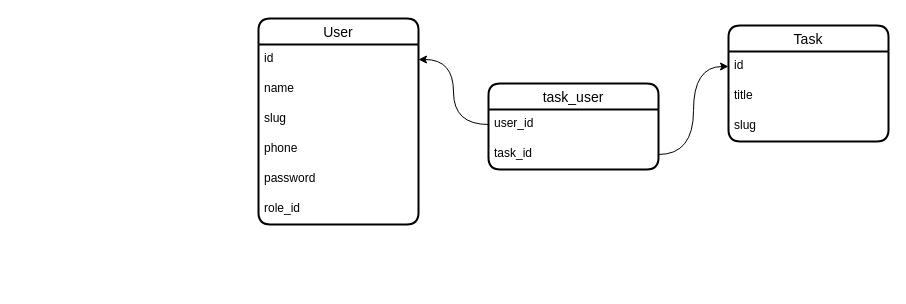
This is karsoft-worker.drawio from iztileuoff/databases, a draw.io file, before an edit. Source tidied: cells renumbered, new cells numbered last; positions are measured from the earlier drawing's top-left corner, leaving out a move shared by most shapes. Both pictures are drawn from the tidied source at 100%, with x=0, y=0 at pixel (258, 18).
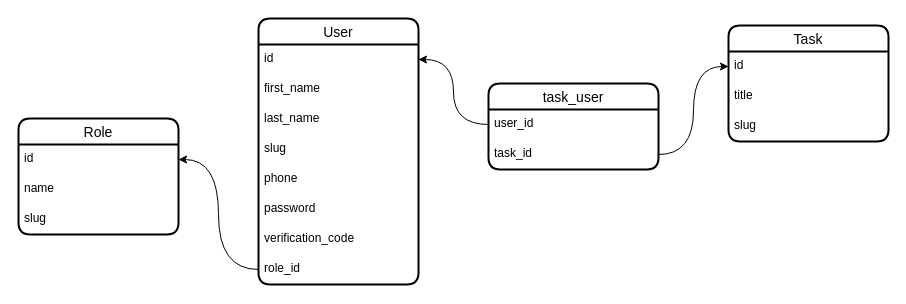
The same diagram, later.

Change to the diagram source:
```diff
@@
     <mxCell id="2" value="User" style="swimlane;fontStyle=0;horizontal=1;startSize=26;align=center;fontSize=14;strokeWidth=2;rounded=1;shadow=0;glass=0;swimlaneLine=1;" parent="1" vertex="1">
-      <mxGeometry width="160" height="206" as="geometry" />
+      <mxGeometry width="160" height="266" as="geometry" />
     </mxCell>
@@
-    <mxCell id="4" value="name" style="text;strokeColor=none;fillColor=none;spacingLeft=4;spacingRight=4;overflow=hidden;fontSize=12;whiteSpace=wrap;html=1;" parent="2" vertex="1">
+    <mxCell id="4" value="first_name" style="text;strokeColor=none;fillColor=none;spacingLeft=4;spacingRight=4;overflow=hidden;fontSize=12;whiteSpace=wrap;html=1;" parent="2" vertex="1">
       <mxGeometry y="56" width="160" height="30" as="geometry" />
     </mxCell>
+    <mxCell id="18" value="last_name" style="text;strokeColor=none;fillColor=none;spacingLeft=4;spacingRight=4;overflow=hidden;fontSize=12;whiteSpace=wrap;html=1;" parent="2" vertex="1">
+      <mxGeometry y="86" width="160" height="30" as="geometry" />
+    </mxCell>
     <mxCell id="5" value="slug" style="text;strokeColor=none;fillColor=none;spacingLeft=4;spacingRight=4;overflow=hidden;fontSize=12;whiteSpace=wrap;html=1;" parent="2" vertex="1">
-      <mxGeometry y="86" width="160" height="30" as="geometry" />
+      <mxGeometry y="116" width="160" height="30" as="geometry" />
     </mxCell>
     <mxCell id="6" value="phone" style="text;strokeColor=none;fillColor=none;spacingLeft=4;spacingRight=4;overflow=hidden;fontSize=12;whiteSpace=wrap;html=1;" parent="2" vertex="1">
-      <mxGeometry y="116" width="160" height="30" as="geometry" />
+      <mxGeometry y="146" width="160" height="30" as="geometry" />
     </mxCell>
     <mxCell id="7" value="password" style="text;strokeColor=none;fillColor=none;spacingLeft=4;spacingRight=4;overflow=hidden;fontSize=12;whiteSpace=wrap;html=1;" parent="2" vertex="1">
-      <mxGeometry y="146" width="160" height="30" as="geometry" />
+      <mxGeometry y="176" width="160" height="30" as="geometry" />
     </mxCell>
+    <mxCell id="19" value="verification_code" style="text;strokeColor=none;fillColor=none;spacingLeft=4;spacingRight=4;overflow=hidden;fontSize=12;whiteSpace=wrap;html=1;" parent="2" vertex="1">
+      <mxGeometry y="206" width="160" height="30" as="geometry" />
+    </mxCell>
     <mxCell id="8" value="role_id" style="text;strokeColor=none;fillColor=none;spacingLeft=4;spacingRight=4;overflow=hidden;points=[[0,0.5],[1,0.5]];portConstraint=eastwest;fontSize=12;whiteSpace=wrap;html=1;" parent="2" vertex="1">
-      <mxGeometry y="176" width="160" height="30" as="geometry" />
+      <mxGeometry y="236" width="160" height="30" as="geometry" />
     </mxCell>
@@
+    <mxCell id="20" value="Role" style="swimlane;fontStyle=0;horizontal=1;startSize=26;align=center;fontSize=14;strokeWidth=2;rounded=1;shadow=0;glass=0;swimlaneLine=1;" parent="1" vertex="1">
+      <mxGeometry x="-240" y="100" width="160" height="116" as="geometry" />
+    </mxCell>
+    <mxCell id="21" value="id" style="text;strokeColor=none;fillColor=none;spacingLeft=4;spacingRight=4;overflow=hidden;points=[[0,0.5],[1,0.5]];portConstraint=eastwest;fontSize=12;whiteSpace=wrap;html=1;" parent="20" vertex="1">
+      <mxGeometry y="26" width="160" height="30" as="geometry" />
+    </mxCell>
+    <mxCell id="22" value="name" style="text;strokeColor=none;fillColor=none;spacingLeft=4;spacingRight=4;overflow=hidden;fontSize=12;whiteSpace=wrap;html=1;" parent="20" vertex="1">
+      <mxGeometry y="56" width="160" height="30" as="geometry" />
+    </mxCell>
+    <mxCell id="23" value="slug" style="text;strokeColor=none;fillColor=none;spacingLeft=4;spacingRight=4;overflow=hidden;fontSize=12;whiteSpace=wrap;html=1;" parent="20" vertex="1">
+      <mxGeometry y="86" width="160" height="30" as="geometry" />
+    </mxCell>
+    <mxCell id="24" style="edgeStyle=orthogonalEdgeStyle;rounded=0;jettySize=auto;html=1;entryX=1;entryY=0.5;entryDx=0;entryDy=0;curved=1;" parent="1" edge="1" source="8" target="21">
+      <mxGeometry relative="1" as="geometry" />
+    </mxCell>
```
